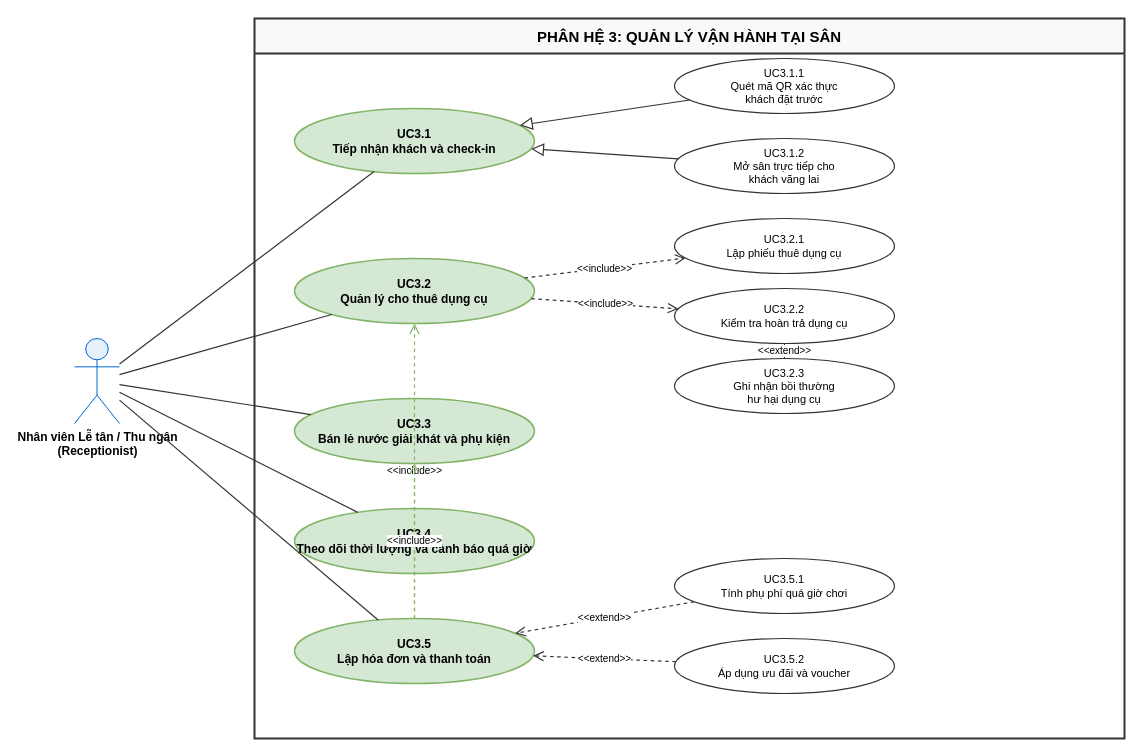
This is page "03_PH3_VanHanh_TaiSan" (4 of 7) of BTH/BTH3_UsecaseDiagram/DoAn_OOAD_UseCaseDiagram.drawio from nphat-code/DoAn-OOAD-SGU, a draw.io file, before an edit. Source tidied: cells renumbered, new cells numbered last; positions are measured from the earlier drawing's top-left corner, leaving out a move shared by most shapes. Both pictures are drawn from the tidied source at 100%, with x=0, y=0 at pixel (74, 18).
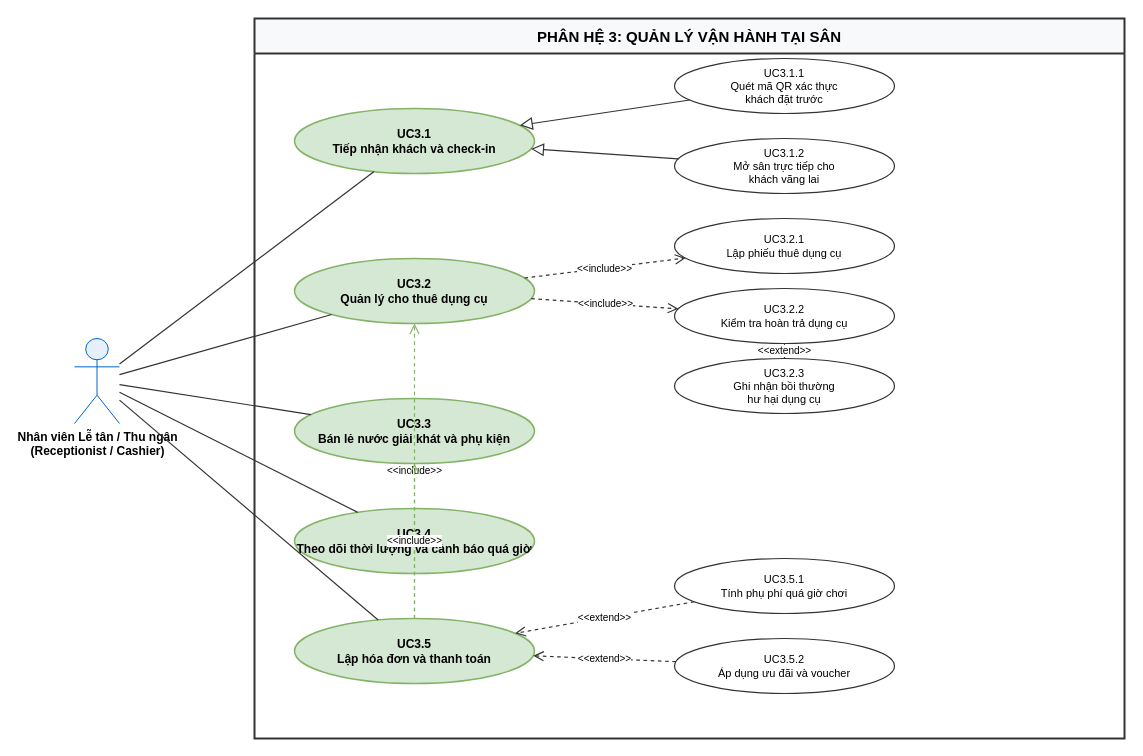
After the change.

Commit message (it also covers changes not shown here):
fix(bth3): dong bo thong nhat Nhan vien Le tan / Thu ngan (Receptionist / Cashier) tren Drawio va Markdown

Change to the diagram source:
```diff
@@
-    <mxCell id="3" value="Nhân viên Lễ tân / Thu ngân&#10;(Receptionist)" style="shape=umlActor;verticalLabelPosition=bottom;verticalAlign=top;html=1;outlineConnect=0;fontFamily=Helvetica;fontSize=12;fontStyle=1;strokeColor=#0066CC;fillColor=#E6F0FA;" parent="1" vertex="1">
+    <mxCell id="3" value="Nhân viên Lễ tân / Thu ngân&#10;(Receptionist / Cashier)" style="shape=umlActor;verticalLabelPosition=bottom;verticalAlign=top;html=1;outlineConnect=0;fontFamily=Helvetica;fontSize=12;fontStyle=1;strokeColor=#0066CC;fillColor=#E6F0FA;" parent="1" vertex="1">
       <mxGeometry y="320" width="45" height="85" as="geometry" />
     </mxCell>
```
